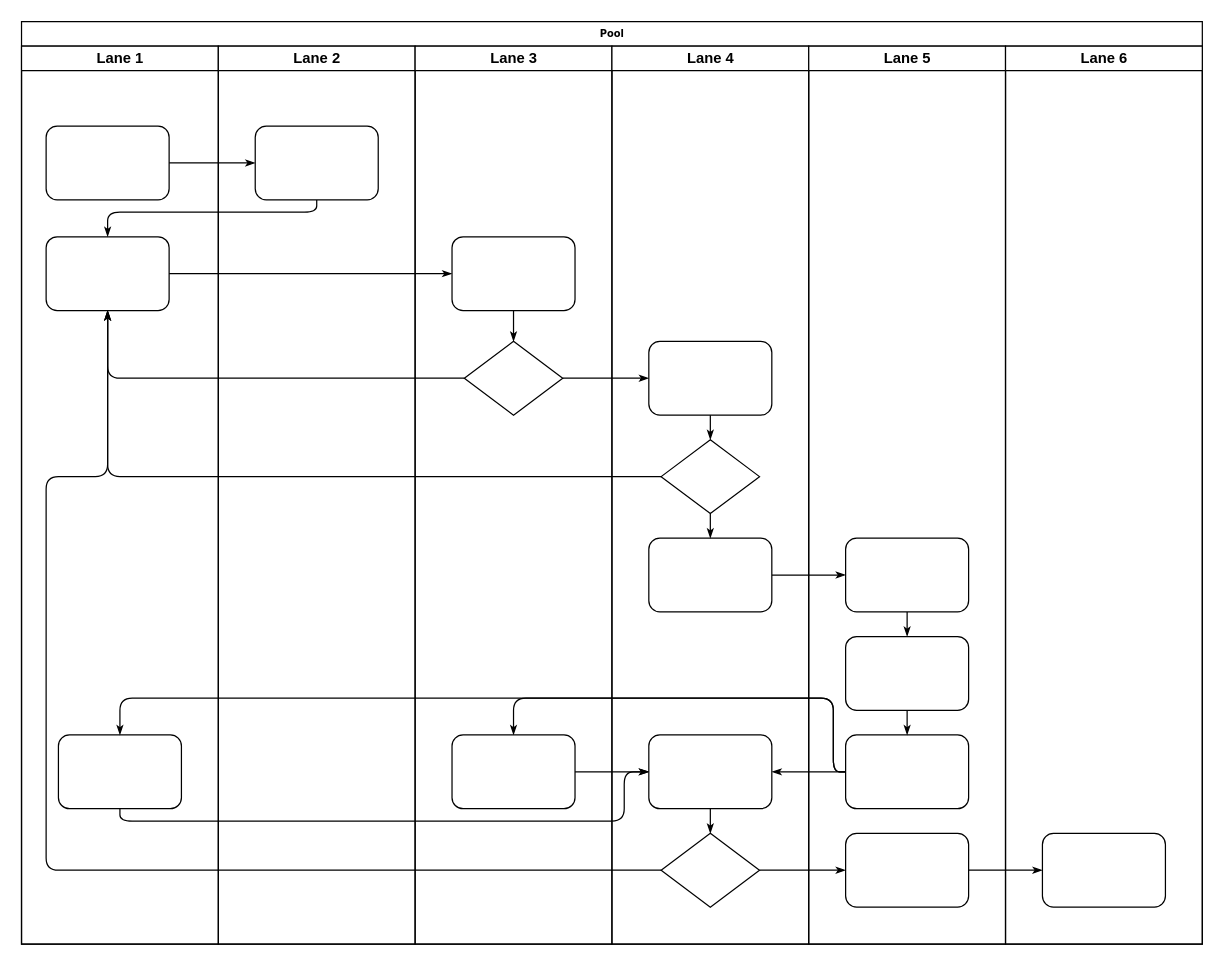
qiutian-patsnap/draw_io keeps this draw.io diagram as patent copilot.drawio. Above is the earlier version. Source tidied: cells renumbered, new cells numbered last; positions are measured from the earlier drawing's top-left corner, leaving out a move shared by most shapes. Both pictures are drawn from the tidied source at 123%, with x=0, y=0 at pixel (21, 21).
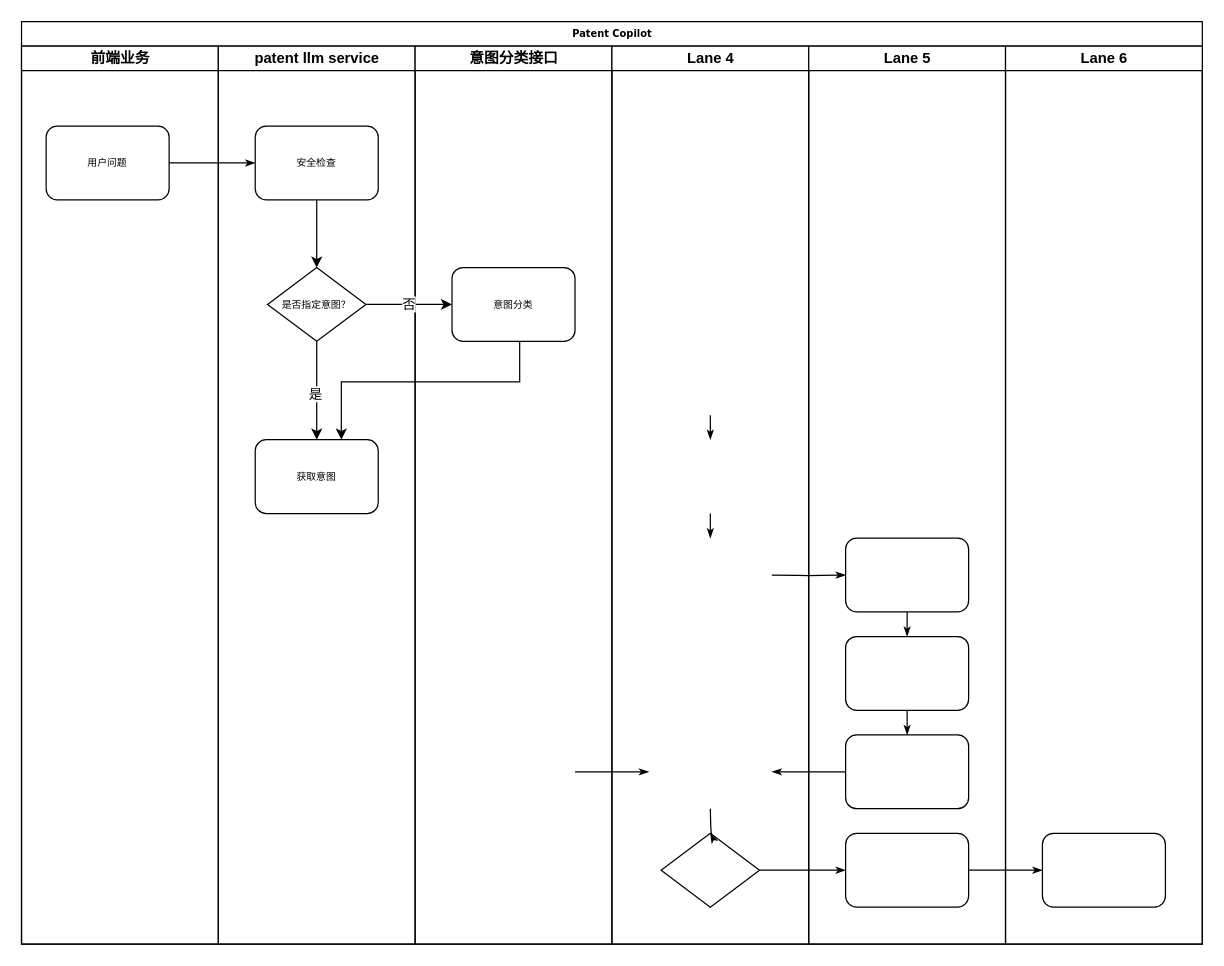
The same diagram, later.

Unchanged cells that the change refers to:
```xml
<mxCell id="29" value="Lane 4" style="swimlane;html=1;startSize=20;" parent="2" vertex="1">
  <mxGeometry x="480" y="20" width="160" height="730" as="geometry" />
</mxCell>
<mxCell id="34" style="rhombus;whiteSpace=wrap;html=1;rounded=0;shadow=0;labelBackgroundColor=none;strokeWidth=1;fontFamily=Verdana;fontSize=8;align=center;" parent="29" vertex="1">
  <mxGeometry x="40" y="640" width="80" height="60" as="geometry" />
</mxCell>
<mxCell id="39" style="rounded=1;whiteSpace=wrap;html=1;shadow=0;labelBackgroundColor=none;strokeWidth=1;fontFamily=Verdana;fontSize=8;align=center;" parent="38" vertex="1">
  <mxGeometry x="30" y="400" width="100" height="60" as="geometry" />
</mxCell>
<mxCell id="41" style="rounded=1;whiteSpace=wrap;html=1;shadow=0;labelBackgroundColor=none;strokeWidth=1;fontFamily=Verdana;fontSize=8;align=center;" parent="38" vertex="1">
  <mxGeometry x="30" y="560" width="100" height="60" as="geometry" />
</mxCell>
```

The edit, as a diff of the source:
```diff
@@
-    <mxCell id="2" value="Pool" style="swimlane;html=1;startSize=20;rounded=0;shadow=0;labelBackgroundColor=none;strokeWidth=1;fontFamily=Verdana;fontSize=8;align=center;" parent="1" vertex="1">
+    <mxCell id="2" value="Patent Copilot" style="swimlane;html=1;startSize=20;rounded=0;shadow=0;labelBackgroundColor=none;strokeWidth=1;fontFamily=Verdana;fontSize=8;align=center;" parent="1" vertex="1">
       <mxGeometry width="960" height="750" as="geometry" />
     </mxCell>
-    <mxCell id="3" value="Lane 1" style="swimlane;html=1;startSize=20;" parent="2" vertex="1">
+    <mxCell id="3" value="前端业务" style="swimlane;html=1;startSize=20;" parent="2" vertex="1">
       <mxGeometry y="20" width="160" height="730" as="geometry" />
     </mxCell>
-    <mxCell id="4" style="rounded=1;whiteSpace=wrap;html=1;shadow=0;labelBackgroundColor=none;strokeWidth=1;fontFamily=Verdana;fontSize=8;align=center;" parent="3" vertex="1">
+    <mxCell id="4" value="用户问题" style="rounded=1;whiteSpace=wrap;html=1;shadow=0;labelBackgroundColor=none;strokeWidth=1;fontFamily=Verdana;fontSize=8;align=center;" parent="3" vertex="1">
       <mxGeometry x="20" y="65" width="100" height="60" as="geometry" />
     </mxCell>
-    <mxCell id="5" style="rounded=1;whiteSpace=wrap;html=1;shadow=0;labelBackgroundColor=none;strokeWidth=1;fontFamily=Verdana;fontSize=8;align=center;" parent="3" vertex="1">
-      <mxGeometry x="20" y="155" width="100" height="60" as="geometry" />
-    </mxCell>
-    <mxCell id="6" style="rounded=1;whiteSpace=wrap;html=1;shadow=0;labelBackgroundColor=none;strokeWidth=1;fontFamily=Verdana;fontSize=8;align=center;" parent="3" vertex="1">
-      <mxGeometry x="30" y="560" width="100" height="60" as="geometry" />
-    </mxCell>
@@
-    <mxCell id="8" style="edgeStyle=orthogonalEdgeStyle;rounded=1;html=1;labelBackgroundColor=none;startArrow=none;startFill=0;startSize=5;endArrow=classicThin;endFill=1;endSize=5;jettySize=auto;strokeWidth=1;fontFamily=Verdana;fontSize=8;" parent="2" edge="1" source="23" target="5">
-      <mxGeometry relative="1" as="geometry">
-        <Array as="points">
-          <mxPoint x="240" y="155" />
-          <mxPoint x="70" y="155" />
-        </Array>
-      </mxGeometry>
-    </mxCell>
-    <mxCell id="9" style="edgeStyle=orthogonalEdgeStyle;rounded=1;html=1;labelBackgroundColor=none;startArrow=none;startFill=0;startSize=5;endArrow=classicThin;endFill=1;endSize=5;jettySize=auto;strokeWidth=1;fontFamily=Verdana;fontSize=8;" parent="2" edge="1" source="5" target="25">
-      <mxGeometry relative="1" as="geometry" />
-    </mxCell>
-    <mxCell id="10" style="edgeStyle=orthogonalEdgeStyle;rounded=1;html=1;labelBackgroundColor=none;startArrow=none;startFill=0;startSize=5;endArrow=classicThin;endFill=1;endSize=5;jettySize=auto;strokeWidth=1;fontFamily=Verdana;fontSize=8;" parent="2" edge="1" source="26" target="5">
-      <mxGeometry relative="1" as="geometry" />
-    </mxCell>
-    <mxCell id="11" style="edgeStyle=orthogonalEdgeStyle;rounded=1;html=1;labelBackgroundColor=none;startArrow=none;startFill=0;startSize=5;endArrow=classicThin;endFill=1;endSize=5;jettySize=auto;strokeWidth=1;fontFamily=Verdana;fontSize=8;" parent="2" edge="1" source="31" target="5">
-      <mxGeometry relative="1" as="geometry" />
-    </mxCell>
-    <mxCell id="12" style="edgeStyle=orthogonalEdgeStyle;rounded=1;html=1;labelBackgroundColor=none;startArrow=none;startFill=0;startSize=5;endArrow=classicThin;endFill=1;endSize=5;jettySize=auto;strokeWidth=1;fontFamily=Verdana;fontSize=8;" parent="2" edge="1" source="34" target="5">
-      <mxGeometry relative="1" as="geometry">
-        <Array as="points">
-          <mxPoint x="20" y="690" />
-          <mxPoint x="20" y="370" />
-          <mxPoint x="70" y="370" />
-        </Array>
-      </mxGeometry>
-    </mxCell>
-    <mxCell id="13" style="edgeStyle=orthogonalEdgeStyle;rounded=1;html=1;labelBackgroundColor=none;startArrow=none;startFill=0;startSize=5;endArrow=classicThin;endFill=1;endSize=5;jettySize=auto;strokeWidth=1;fontFamily=Verdana;fontSize=8;" parent="2" edge="1" source="26" target="30">
-      <mxGeometry relative="1" as="geometry" />
-    </mxCell>
@@
-    <mxCell id="16" style="edgeStyle=orthogonalEdgeStyle;rounded=1;html=1;labelBackgroundColor=none;startArrow=none;startFill=0;startSize=5;endArrow=classicThin;endFill=1;endSize=5;jettySize=auto;strokeWidth=1;fontFamily=Verdana;fontSize=8;" parent="2" edge="1" source="32" target="39">
-      <mxGeometry relative="1" as="geometry" />
+    <mxCell id="16" style="edgeStyle=orthogonalEdgeStyle;rounded=1;html=1;labelBackgroundColor=none;startArrow=none;startFill=0;startSize=5;endArrow=classicThin;endFill=1;endSize=5;jettySize=auto;strokeWidth=1;fontFamily=Verdana;fontSize=8;" parent="2" edge="1" target="39">
+      <mxGeometry relative="1" as="geometry">
+        <mxPoint x="610" y="450" as="sourcePoint" />
+      </mxGeometry>
     </mxCell>
-    <mxCell id="17" style="edgeStyle=orthogonalEdgeStyle;rounded=1;html=1;labelBackgroundColor=none;startArrow=none;startFill=0;startSize=5;endArrow=classicThin;endFill=1;endSize=5;jettySize=auto;strokeWidth=1;fontFamily=Verdana;fontSize=8;" parent="2" edge="1" source="41" target="27">
-      <mxGeometry relative="1" as="geometry">
-        <Array as="points">
-          <mxPoint x="660" y="610" />
-          <mxPoint x="660" y="550" />
-          <mxPoint x="400" y="550" />
-        </Array>
-      </mxGeometry>
-    </mxCell>
-    <mxCell id="18" style="edgeStyle=orthogonalEdgeStyle;rounded=1;html=1;labelBackgroundColor=none;startArrow=none;startFill=0;startSize=5;endArrow=classicThin;endFill=1;endSize=5;jettySize=auto;strokeColor=#000000;strokeWidth=1;fontFamily=Verdana;fontSize=8;fontColor=#000000;" parent="2" edge="1" source="41" target="33">
-      <mxGeometry relative="1" as="geometry" />
+    <mxCell id="18" style="edgeStyle=orthogonalEdgeStyle;rounded=1;html=1;labelBackgroundColor=none;startArrow=none;startFill=0;startSize=5;endArrow=classicThin;endFill=1;endSize=5;jettySize=auto;strokeColor=#000000;strokeWidth=1;fontFamily=Verdana;fontSize=8;fontColor=#000000;" parent="2" edge="1" source="41">
+      <mxGeometry relative="1" as="geometry">
+        <mxPoint x="610" y="610" as="targetPoint" />
+      </mxGeometry>
     </mxCell>
-    <mxCell id="19" style="edgeStyle=orthogonalEdgeStyle;rounded=1;html=1;labelBackgroundColor=none;startArrow=none;startFill=0;startSize=5;endArrow=classicThin;endFill=1;endSize=5;jettySize=auto;strokeWidth=1;fontFamily=Verdana;fontSize=8;" parent="2" edge="1" source="41" target="6">
-      <mxGeometry relative="1" as="geometry">
-        <Array as="points">
-          <mxPoint x="660" y="610" />
-          <mxPoint x="660" y="550" />
-          <mxPoint x="80" y="550" />
-        </Array>
-      </mxGeometry>
-    </mxCell>
-    <mxCell id="20" style="edgeStyle=orthogonalEdgeStyle;rounded=1;html=1;labelBackgroundColor=none;startArrow=none;startFill=0;startSize=5;endArrow=classicThin;endFill=1;endSize=5;jettySize=auto;strokeWidth=1;fontFamily=Verdana;fontSize=8;" parent="2" edge="1" source="6" target="33">
-      <mxGeometry relative="1" as="geometry">
-        <Array as="points">
-          <mxPoint x="80" y="650" />
-          <mxPoint x="490" y="650" />
-          <mxPoint x="490" y="610" />
-        </Array>
-      </mxGeometry>
-    </mxCell>
-    <mxCell id="21" style="edgeStyle=orthogonalEdgeStyle;rounded=1;html=1;labelBackgroundColor=none;startArrow=none;startFill=0;startSize=5;endArrow=classicThin;endFill=1;endSize=5;jettySize=auto;strokeWidth=1;fontFamily=Verdana;fontSize=8;" parent="2" edge="1" source="27" target="33">
-      <mxGeometry relative="1" as="geometry" />
+    <mxCell id="21" style="edgeStyle=orthogonalEdgeStyle;rounded=1;html=1;labelBackgroundColor=none;startArrow=none;startFill=0;startSize=5;endArrow=classicThin;endFill=1;endSize=5;jettySize=auto;orthogonalLoop=1;strokeWidth=1;fontFamily=Verdana;fontSize=8;" parent="2" edge="1">
+      <mxGeometry relative="1" as="geometry">
+        <mxPoint x="450" y="610" as="sourcePoint" />
+        <mxPoint x="510" y="610" as="targetPoint" />
+      </mxGeometry>
     </mxCell>
-    <mxCell id="22" value="Lane 2" style="swimlane;html=1;startSize=20;" parent="2" vertex="1">
+    <mxCell id="22" value="patent llm service" style="swimlane;html=1;startSize=20;" parent="2" vertex="1">
       <mxGeometry x="160" y="20" width="160" height="730" as="geometry" />
     </mxCell>
+    <mxCell id="47" style="edgeStyle=orthogonalEdgeStyle;rounded=0;jettySize=auto;html=1;" parent="22" edge="1" source="23" target="50">
+      <mxGeometry relative="1" as="geometry" />
+    </mxCell>
-    <mxCell id="23" style="rounded=1;whiteSpace=wrap;html=1;shadow=0;labelBackgroundColor=none;strokeWidth=1;fontFamily=Verdana;fontSize=8;align=center;" parent="22" vertex="1">
+    <mxCell id="23" value="安全检查" style="rounded=1;whiteSpace=wrap;html=1;shadow=0;labelBackgroundColor=none;strokeWidth=1;fontFamily=Verdana;fontSize=8;align=center;" parent="22" vertex="1">
       <mxGeometry x="30" y="65" width="100" height="60" as="geometry" />
     </mxCell>
+    <mxCell id="5" value="获取意图" style="rounded=1;whiteSpace=wrap;html=1;shadow=0;labelBackgroundColor=none;strokeWidth=1;fontFamily=Verdana;fontSize=8;align=center;" parent="22" vertex="1">
+      <mxGeometry x="30" y="320" width="100" height="60" as="geometry" />
+    </mxCell>
+    <mxCell id="48" style="edgeStyle=orthogonalEdgeStyle;rounded=0;jettySize=auto;html=1;entryX=0.5;entryY=0;entryDx=0;entryDy=0;" parent="22" edge="1" source="50" target="5">
+      <mxGeometry relative="1" as="geometry" />
+    </mxCell>
+    <mxCell id="49" value="是" style="edgeLabel;html=1;align=center;verticalAlign=middle;" parent="48" vertex="1">
+      <mxGeometry x="0.05" y="-2" relative="1" as="geometry" />
+    </mxCell>
+    <mxCell id="50" value="是否指定意图？" style="rhombus;whiteSpace=wrap;html=1;rounded=0;shadow=0;labelBackgroundColor=none;strokeWidth=1;fontFamily=Verdana;fontSize=8;align=center;" parent="22" vertex="1">
+      <mxGeometry x="40" y="180" width="80" height="60" as="geometry" />
+    </mxCell>
+    <mxCell id="51" style="edgeStyle=elbowEdgeStyle;rounded=0;orthogonalLoop=1;jettySize=auto;html=1;entryX=0.75;entryY=0;entryDx=0;entryDy=0;elbow=vertical;" parent="22" edge="1">
+      <mxGeometry relative="1" as="geometry">
+        <mxPoint x="245" y="225" as="sourcePoint" />
+        <mxPoint x="100" y="320" as="targetPoint" />
+      </mxGeometry>
+    </mxCell>
-    <mxCell id="24" value="Lane 3" style="swimlane;html=1;startSize=20;" parent="2" vertex="1">
+    <mxCell id="24" value="意图分类接口" style="swimlane;html=1;startSize=20;" parent="2" vertex="1">
       <mxGeometry x="320" y="20" width="160" height="730" as="geometry" />
     </mxCell>
-    <mxCell id="25" style="rounded=1;whiteSpace=wrap;html=1;shadow=0;labelBackgroundColor=none;strokeWidth=1;fontFamily=Verdana;fontSize=8;align=center;" parent="24" vertex="1">
-      <mxGeometry x="30" y="155" width="100" height="60" as="geometry" />
+    <mxCell id="25" value="意图分类" style="rounded=1;whiteSpace=wrap;html=1;shadow=0;labelBackgroundColor=none;strokeWidth=1;fontFamily=Verdana;fontSize=8;align=center;" parent="24" vertex="1">
+      <mxGeometry x="30" y="180" width="100" height="60" as="geometry" />
     </mxCell>
-    <mxCell id="26" style="rhombus;whiteSpace=wrap;html=1;rounded=0;shadow=0;labelBackgroundColor=none;strokeWidth=1;fontFamily=Verdana;fontSize=8;align=center;" parent="24" vertex="1">
-      <mxGeometry x="40" y="240" width="80" height="60" as="geometry" />
-    </mxCell>
-    <mxCell id="27" style="rounded=1;whiteSpace=wrap;html=1;shadow=0;labelBackgroundColor=none;strokeWidth=1;fontFamily=Verdana;fontSize=8;align=center;" parent="24" vertex="1">
-      <mxGeometry x="30" y="560" width="100" height="60" as="geometry" />
-    </mxCell>
-    <mxCell id="28" style="edgeStyle=orthogonalEdgeStyle;rounded=1;html=1;labelBackgroundColor=none;startArrow=none;startFill=0;startSize=5;endArrow=classicThin;endFill=1;endSize=5;jettySize=auto;strokeWidth=1;fontFamily=Verdana;fontSize=8;" parent="24" edge="1" source="25" target="26">
-      <mxGeometry relative="1" as="geometry" />
-    </mxCell>
@@
-    <mxCell id="30" style="rounded=1;whiteSpace=wrap;html=1;shadow=0;labelBackgroundColor=none;strokeWidth=1;fontFamily=Verdana;fontSize=8;align=center;" parent="29" vertex="1">
-      <mxGeometry x="30" y="240" width="100" height="60" as="geometry" />
-    </mxCell>
-    <mxCell id="31" style="rhombus;whiteSpace=wrap;html=1;rounded=0;shadow=0;labelBackgroundColor=none;strokeWidth=1;fontFamily=Verdana;fontSize=8;align=center;" parent="29" vertex="1">
-      <mxGeometry x="40" y="320" width="80" height="60" as="geometry" />
-    </mxCell>
-    <mxCell id="32" style="rounded=1;whiteSpace=wrap;html=1;shadow=0;labelBackgroundColor=none;strokeWidth=1;fontFamily=Verdana;fontSize=8;align=center;" parent="29" vertex="1">
-      <mxGeometry x="30" y="400" width="100" height="60" as="geometry" />
-    </mxCell>
-    <mxCell id="33" style="rounded=1;whiteSpace=wrap;html=1;shadow=0;labelBackgroundColor=none;strokeWidth=1;fontFamily=Verdana;fontSize=8;align=center;" parent="29" vertex="1">
-      <mxGeometry x="30" y="560" width="100" height="60" as="geometry" />
-    </mxCell>
@@
-    <mxCell id="35" style="edgeStyle=orthogonalEdgeStyle;rounded=1;html=1;labelBackgroundColor=none;startArrow=none;startFill=0;startSize=5;endArrow=classicThin;endFill=1;endSize=5;jettySize=auto;strokeColor=#000000;strokeWidth=1;fontFamily=Verdana;fontSize=8;fontColor=#000000;" parent="29" edge="1" source="30" target="31">
-      <mxGeometry relative="1" as="geometry" />
+    <mxCell id="35" style="edgeStyle=orthogonalEdgeStyle;rounded=1;html=1;labelBackgroundColor=none;startArrow=none;startFill=0;startSize=5;endArrow=classicThin;endFill=1;endSize=5;jettySize=auto;orthogonalLoop=1;strokeColor=#000000;strokeWidth=1;fontFamily=Verdana;fontSize=8;fontColor=#000000;" parent="29" edge="1">
+      <mxGeometry relative="1" as="geometry">
+        <mxPoint x="80" y="300" as="sourcePoint" />
+        <mxPoint x="80" y="320" as="targetPoint" />
+      </mxGeometry>
     </mxCell>
-    <mxCell id="36" style="edgeStyle=orthogonalEdgeStyle;rounded=1;html=1;labelBackgroundColor=none;startArrow=none;startFill=0;startSize=5;endArrow=classicThin;endFill=1;endSize=5;jettySize=auto;strokeWidth=1;fontFamily=Verdana;fontSize=8;" parent="29" edge="1" source="31" target="32">
-      <mxGeometry relative="1" as="geometry" />
+    <mxCell id="36" style="edgeStyle=orthogonalEdgeStyle;rounded=1;html=1;labelBackgroundColor=none;startArrow=none;startFill=0;startSize=5;endArrow=classicThin;endFill=1;endSize=5;jettySize=auto;orthogonalLoop=1;strokeWidth=1;fontFamily=Verdana;fontSize=8;" parent="29" edge="1">
+      <mxGeometry relative="1" as="geometry">
+        <mxPoint x="80" y="380" as="sourcePoint" />
+        <mxPoint x="80" y="400" as="targetPoint" />
+      </mxGeometry>
     </mxCell>
-    <mxCell id="37" style="edgeStyle=orthogonalEdgeStyle;rounded=1;html=1;labelBackgroundColor=none;startArrow=none;startFill=0;startSize=5;endArrow=classicThin;endFill=1;endSize=5;jettySize=auto;strokeWidth=1;fontFamily=Verdana;fontSize=8;" parent="29" edge="1" source="33" target="34">
-      <mxGeometry relative="1" as="geometry" />
+    <mxCell id="37" style="edgeStyle=orthogonalEdgeStyle;rounded=1;html=1;labelBackgroundColor=none;startArrow=none;startFill=0;startSize=5;endArrow=classicThin;endFill=1;endSize=5;jettySize=auto;strokeWidth=1;fontFamily=Verdana;fontSize=8;" parent="29" edge="1" target="34">
+      <mxGeometry relative="1" as="geometry">
+        <mxPoint x="80" y="620" as="sourcePoint" />
+      </mxGeometry>
     </mxCell>
@@
+    <mxCell id="52" value="否" style="edgeStyle=orthogonalEdgeStyle;rounded=0;jettySize=auto;html=1;" parent="2" edge="1" source="50" target="25">
+      <mxGeometry relative="1" as="geometry" />
+    </mxCell>
```
